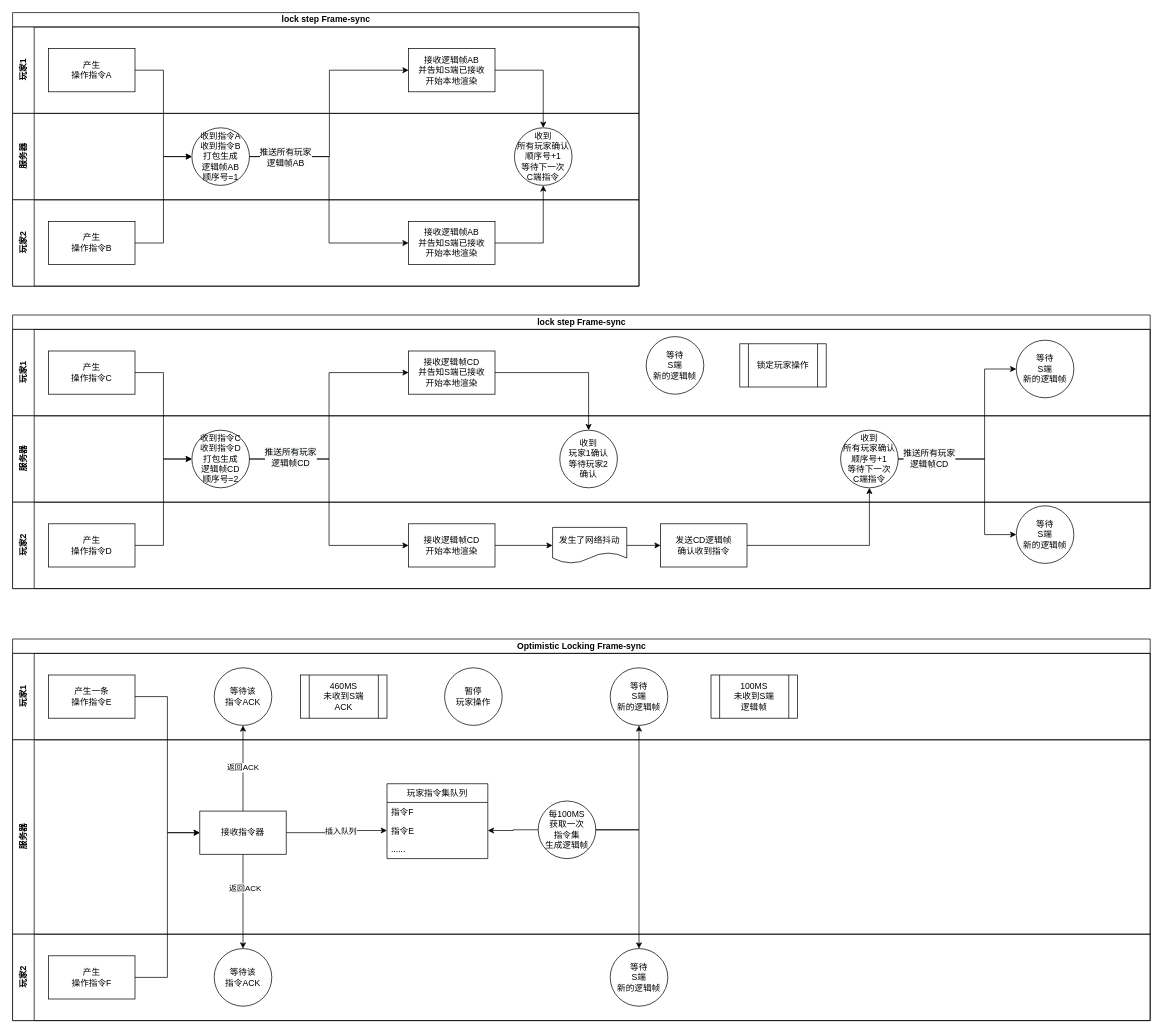
mqzhifu/drawpic keeps this draw.io diagram as rsync_frame_lock_step.drawio. Above is the earlier version. Source tidied: cells renumbered, new cells numbered last; positions are measured from the earlier drawing's top-left corner, leaving out a move shared by most shapes. Both pictures are drawn from the tidied source at 72%, with x=0, y=0 at pixel (12, 12).
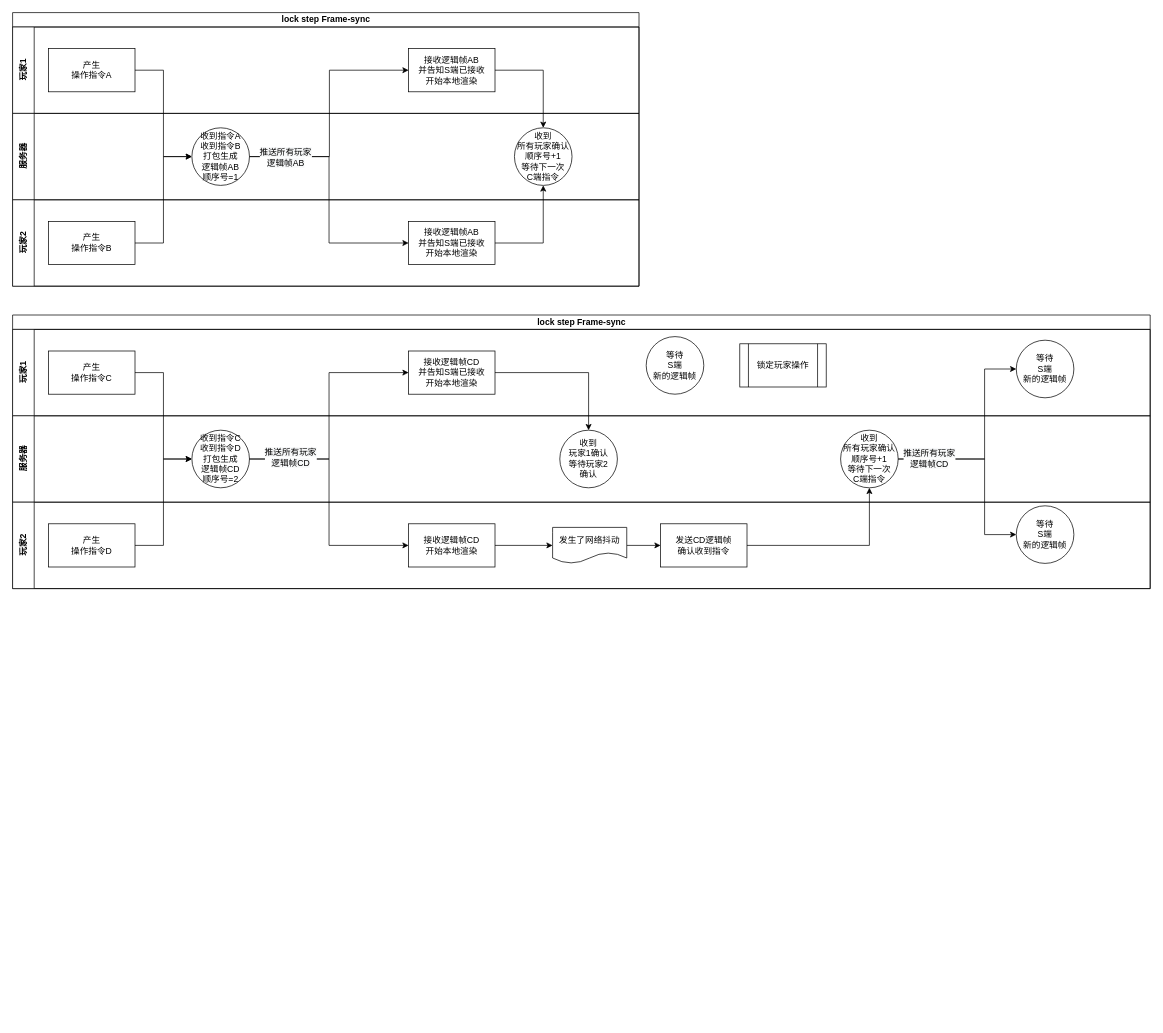
Above is the later version.

Change to the diagram source:
```diff
@@
-    <mxCell id="48" value="Optimistic Locking Frame-sync" style="swimlane;html=1;horizontal=1;startSize=20;" parent="1" vertex="1">
-      <mxGeometry y="870" width="1580" height="530" as="geometry" />
-    </mxCell>
-    <mxCell id="49" value="玩家1" style="swimlane;html=1;startSize=30;horizontal=0;" parent="48" vertex="1">
-      <mxGeometry y="20" width="1580" height="120" as="geometry" />
-    </mxCell>
-    <mxCell id="50" value="产生一条&lt;br&gt;操作指令E" style="rounded=0;whiteSpace=wrap;html=1;" parent="49" vertex="1">
-      <mxGeometry x="50" y="30" width="120" height="60" as="geometry" />
-    </mxCell>
-    <mxCell id="51" value="等待该&lt;br&gt;指令ACK" style="ellipse;whiteSpace=wrap;html=1;" parent="49" vertex="1">
-      <mxGeometry x="280" y="20" width="80" height="80" as="geometry" />
-    </mxCell>
-    <mxCell id="52" value="等待&lt;br&gt;S端&lt;br&gt;新的逻辑帧" style="ellipse;whiteSpace=wrap;html=1;" parent="49" vertex="1">
-      <mxGeometry x="830" y="20" width="80" height="80" as="geometry" />
-    </mxCell>
-    <mxCell id="53" value="&lt;span&gt;100MS&lt;/span&gt;&lt;br&gt;&lt;span&gt;未收到S端&lt;/span&gt;&lt;br&gt;&lt;span&gt;逻辑帧&lt;/span&gt;" style="shape=process;whiteSpace=wrap;html=1;backgroundOutline=1;" parent="49" vertex="1">
-      <mxGeometry x="970" y="30" width="120" height="60" as="geometry" />
-    </mxCell>
-    <mxCell id="54" value="&lt;span&gt;460MS&lt;/span&gt;&lt;br&gt;&lt;span&gt;未收到S端&lt;/span&gt;&lt;br&gt;ACK" style="shape=process;whiteSpace=wrap;html=1;backgroundOutline=1;" parent="49" vertex="1">
-      <mxGeometry x="400" y="30" width="120" height="60" as="geometry" />
-    </mxCell>
-    <mxCell id="55" value="暂停&lt;br&gt;玩家操作" style="ellipse;whiteSpace=wrap;html=1;" parent="49" vertex="1">
-      <mxGeometry x="600" y="20" width="80" height="80" as="geometry" />
-    </mxCell>
-    <mxCell id="56" value="服务器" style="swimlane;html=1;startSize=30;horizontal=0;" parent="48" vertex="1">
-      <mxGeometry y="140" width="1580" height="270" as="geometry" />
-    </mxCell>
-    <mxCell id="57" style="edgeStyle=orthogonalEdgeStyle;rounded=0;jettySize=auto;html=1;entryX=1;entryY=0.5;entryDx=0;entryDy=0;" parent="56" edge="1" source="58" target="64">
-      <mxGeometry relative="1" as="geometry" />
-    </mxCell>
-    <mxCell id="58" value="每100MS&lt;br&gt;获取一次&lt;br&gt;指令集&lt;br&gt;生成逻辑帧" style="ellipse;whiteSpace=wrap;html=1;" parent="56" vertex="1">
-      <mxGeometry x="730" y="85" width="80" height="80" as="geometry" />
-    </mxCell>
-    <mxCell id="59" style="edgeStyle=orthogonalEdgeStyle;rounded=0;jettySize=auto;html=1;" parent="56" edge="1" source="61" target="64">
-      <mxGeometry relative="1" as="geometry" />
-    </mxCell>
-    <mxCell id="60" value="插入队列" style="edgeLabel;html=1;align=center;verticalAlign=middle;" parent="59" vertex="1">
-      <mxGeometry x="0.09" y="-1" relative="1" as="geometry" />
-    </mxCell>
-    <mxCell id="61" value="接收指令器" style="rounded=0;whiteSpace=wrap;html=1;" parent="56" vertex="1">
-      <mxGeometry x="260" y="99" width="120" height="60" as="geometry" />
-    </mxCell>
-    <mxCell id="62" value="玩家指令集队列" style="swimlane;fontStyle=0;horizontal=1;startSize=26;fillColor=none;" parent="56" vertex="1">
-      <mxGeometry x="520" y="61" width="140" height="104" as="geometry" />
-    </mxCell>
-    <mxCell id="63" value="指令F" style="text;strokeColor=none;fillColor=none;align=left;verticalAlign=top;spacingLeft=4;spacingRight=4;overflow=hidden;" parent="62" vertex="1">
-      <mxGeometry y="26" width="140" height="26" as="geometry" />
-    </mxCell>
-    <mxCell id="64" value="指令E" style="text;strokeColor=none;fillColor=none;align=left;verticalAlign=top;spacingLeft=4;spacingRight=4;overflow=hidden;points=[[0,0.5],[1,0.5]];portConstraint=eastwest;" parent="62" vertex="1">
-      <mxGeometry y="52" width="140" height="26" as="geometry" />
-    </mxCell>
-    <mxCell id="65" value="......" style="text;strokeColor=none;fillColor=none;align=left;verticalAlign=top;spacingLeft=4;spacingRight=4;overflow=hidden;" parent="62" vertex="1">
-      <mxGeometry y="78" width="140" height="26" as="geometry" />
-    </mxCell>
-    <mxCell id="66" value="玩家2" style="swimlane;html=1;startSize=30;horizontal=0;" parent="48" vertex="1">
-      <mxGeometry y="410" width="1580" height="120" as="geometry" />
-    </mxCell>
-    <mxCell id="67" value="产生&lt;br&gt;操作指令F" style="rounded=0;whiteSpace=wrap;html=1;" parent="66" vertex="1">
-      <mxGeometry x="50" y="30" width="120" height="60" as="geometry" />
-    </mxCell>
-    <mxCell id="68" value="等待该&lt;br&gt;指令ACK" style="ellipse;whiteSpace=wrap;html=1;" parent="66" vertex="1">
-      <mxGeometry x="280" y="20" width="80" height="80" as="geometry" />
-    </mxCell>
-    <mxCell id="69" value="等待&lt;br&gt;S端&lt;br&gt;新的逻辑帧" style="ellipse;whiteSpace=wrap;html=1;" parent="66" vertex="1">
-      <mxGeometry x="830" y="20" width="80" height="80" as="geometry" />
-    </mxCell>
-    <mxCell id="70" style="edgeStyle=orthogonalEdgeStyle;rounded=0;jettySize=auto;html=1;entryX=0;entryY=0.5;entryDx=0;entryDy=0;" parent="48" edge="1" source="50" target="61">
-      <mxGeometry relative="1" as="geometry" />
-    </mxCell>
-    <mxCell id="71" style="edgeStyle=orthogonalEdgeStyle;rounded=0;jettySize=auto;html=1;entryX=0;entryY=0.5;entryDx=0;entryDy=0;" parent="48" edge="1" source="67" target="61">
-      <mxGeometry relative="1" as="geometry" />
-    </mxCell>
-    <mxCell id="72" style="edgeStyle=orthogonalEdgeStyle;rounded=0;jettySize=auto;html=1;entryX=0.5;entryY=0;entryDx=0;entryDy=0;" parent="48" edge="1" source="61" target="68">
-      <mxGeometry relative="1" as="geometry" />
-    </mxCell>
-    <mxCell id="73" value="返回ACK" style="edgeLabel;html=1;align=center;verticalAlign=middle;" parent="72" vertex="1">
-      <mxGeometry x="-0.3" y="2" relative="1" as="geometry" />
-    </mxCell>
-    <mxCell id="74" value="返回ACK" style="edgeStyle=orthogonalEdgeStyle;rounded=0;jettySize=auto;html=1;entryX=0.5;entryY=1;entryDx=0;entryDy=0;" parent="48" edge="1" source="61" target="51">
-      <mxGeometry relative="1" as="geometry" />
-    </mxCell>
-    <mxCell id="75" style="edgeStyle=orthogonalEdgeStyle;rounded=0;jettySize=auto;html=1;entryX=0.5;entryY=1;entryDx=0;entryDy=0;" parent="48" edge="1" source="58" target="52">
-      <mxGeometry relative="1" as="geometry" />
-    </mxCell>
-    <mxCell id="76" style="edgeStyle=orthogonalEdgeStyle;rounded=0;jettySize=auto;html=1;" parent="48" edge="1" source="58" target="69">
-      <mxGeometry relative="1" as="geometry" />
-    </mxCell>
```
